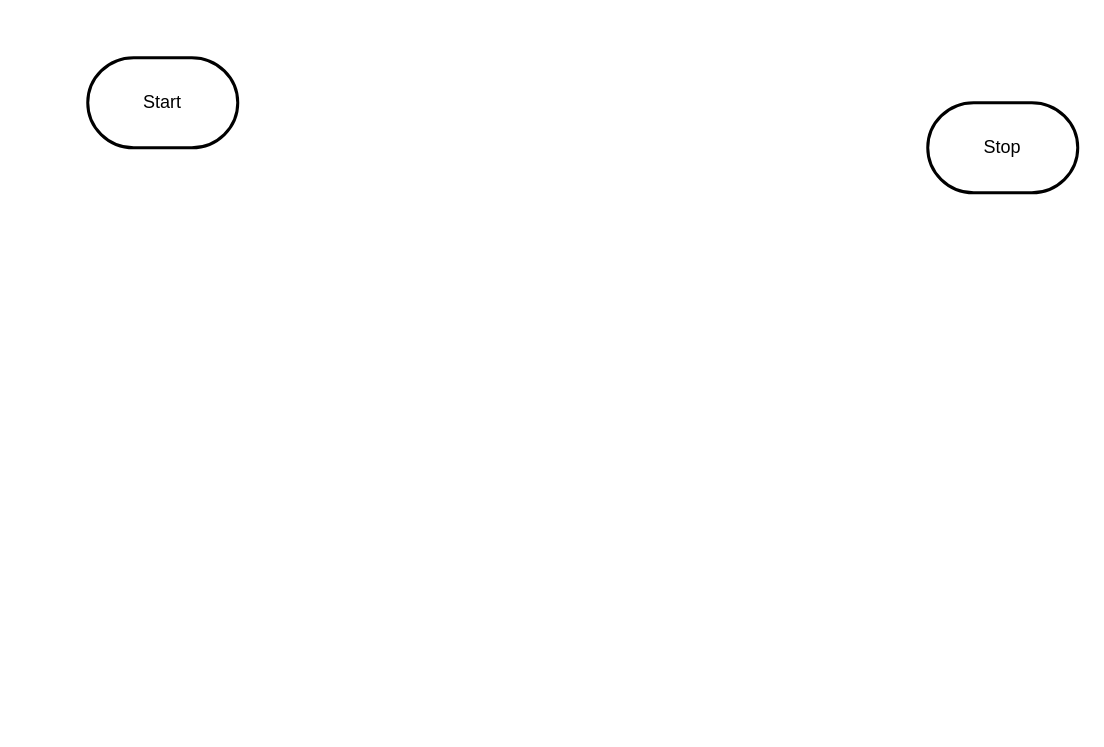
Before: design/flowchart.drawio in MTHS-ICD2O-1-2024/ICD2O-Unit-6-02-Olivia-Ten-Den, a draw.io diagram. Source tidied: cells renumbered, new cells numbered last; positions are measured from the earlier drawing's top-left corner, leaving out a move shared by most shapes. Both pictures are drawn from the tidied source at 150%, with x=0, y=0 at pixel (87, 57).
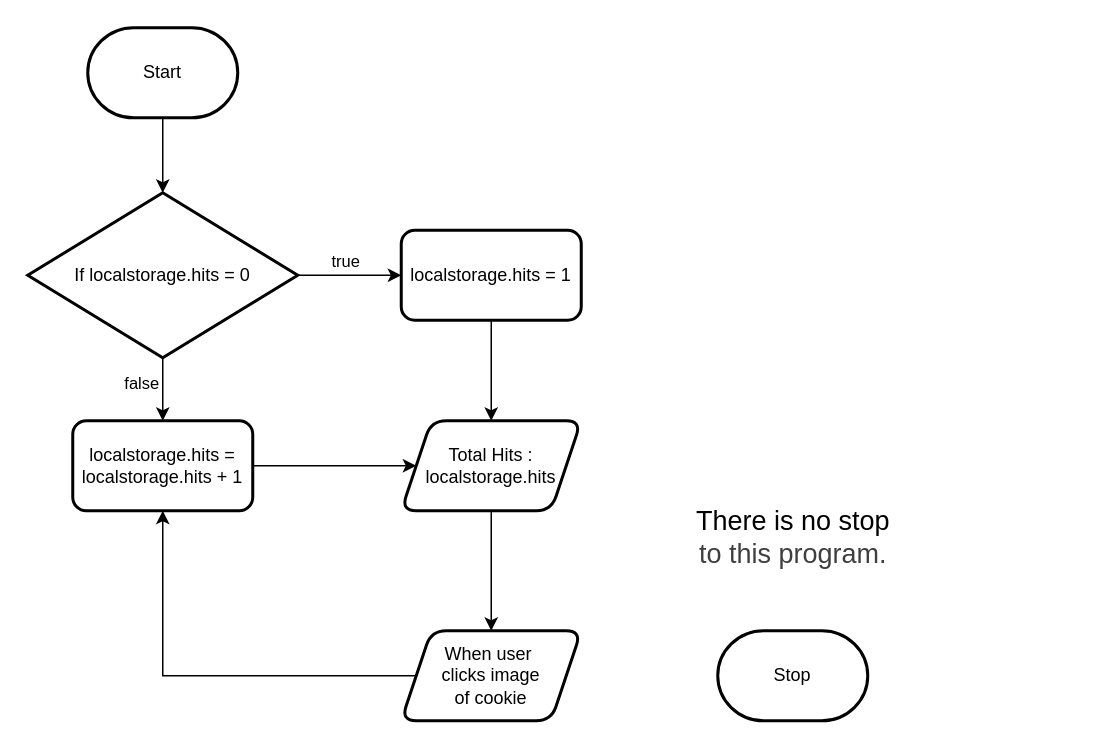
The same diagram, later.

Commit message (it also covers changes not shown here):
flowchart finish

Diff of the diagram source:
```diff
@@
 <mxGraphModel>
   <root>
     <mxCell id="0" />
     <mxCell id="1" parent="0" />
+    <mxCell id="4" style="edgeStyle=orthogonalEdgeStyle;shape=connector;rounded=0;html=1;strokeColor=default;align=center;verticalAlign=middle;fontFamily=Helvetica;fontSize=11;fontColor=default;labelBackgroundColor=default;endArrow=classic;" parent="1" edge="1" source="2" target="7">
+      <mxGeometry relative="1" as="geometry" />
+    </mxCell>
     <mxCell id="2" value="Start" style="strokeWidth=2;html=1;shape=mxgraph.flowchart.terminator;whiteSpace=wrap;" parent="1" vertex="1">
-      <mxGeometry width="100" height="60" as="geometry" />
+      <mxGeometry y="-20" width="100" height="60" as="geometry" />
     </mxCell>
     <mxCell id="3" value="Stop" style="strokeWidth=2;html=1;shape=mxgraph.flowchart.terminator;whiteSpace=wrap;" parent="1" vertex="1">
-      <mxGeometry x="560" y="30" width="100" height="60" as="geometry" />
+      <mxGeometry x="420" y="382" width="100" height="60" as="geometry" />
     </mxCell>
+    <mxCell id="5" style="edgeStyle=orthogonalEdgeStyle;shape=connector;rounded=0;html=1;strokeColor=default;align=center;verticalAlign=middle;fontFamily=Helvetica;fontSize=11;fontColor=default;labelBackgroundColor=default;endArrow=classic;" parent="1" edge="1" source="7" target="9">
+      <mxGeometry relative="1" as="geometry" />
+    </mxCell>
+    <mxCell id="6" style="edgeStyle=orthogonalEdgeStyle;shape=connector;rounded=0;html=1;strokeColor=default;align=center;verticalAlign=middle;fontFamily=Helvetica;fontSize=11;fontColor=default;labelBackgroundColor=default;endArrow=classic;" parent="1" edge="1" source="7" target="11">
+      <mxGeometry relative="1" as="geometry" />
+    </mxCell>
+    <mxCell id="7" value="If localstorage.hits = 0" style="rhombus;whiteSpace=wrap;html=1;strokeWidth=2;" parent="1" vertex="1">
+      <mxGeometry x="-40" y="90" width="180" height="110" as="geometry" />
+    </mxCell>
+    <mxCell id="8" style="edgeStyle=orthogonalEdgeStyle;shape=connector;rounded=0;html=1;strokeColor=default;align=center;verticalAlign=middle;fontFamily=Helvetica;fontSize=11;fontColor=default;labelBackgroundColor=default;endArrow=classic;" parent="1" edge="1" source="9" target="13">
+      <mxGeometry relative="1" as="geometry" />
+    </mxCell>
+    <mxCell id="9" value="localstorage.hits = 1" style="rounded=1;whiteSpace=wrap;html=1;strokeWidth=2;" parent="1" vertex="1">
+      <mxGeometry x="209" y="115" width="120" height="60" as="geometry" />
+    </mxCell>
+    <mxCell id="10" style="edgeStyle=orthogonalEdgeStyle;shape=connector;rounded=0;html=1;strokeColor=default;align=center;verticalAlign=middle;fontFamily=Helvetica;fontSize=11;fontColor=default;labelBackgroundColor=default;endArrow=classic;" parent="1" edge="1" source="11" target="13">
+      <mxGeometry relative="1" as="geometry" />
+    </mxCell>
+    <mxCell id="11" value="localstorage.hits = localstorage.hits + 1" style="rounded=1;whiteSpace=wrap;html=1;strokeWidth=2;" parent="1" vertex="1">
+      <mxGeometry x="-10" y="242" width="120" height="60" as="geometry" />
+    </mxCell>
+    <mxCell id="12" style="edgeStyle=orthogonalEdgeStyle;shape=connector;rounded=0;html=1;strokeColor=default;align=center;verticalAlign=middle;fontFamily=Helvetica;fontSize=11;fontColor=default;labelBackgroundColor=default;endArrow=classic;" parent="1" edge="1" source="13" target="15">
+      <mxGeometry relative="1" as="geometry" />
+    </mxCell>
+    <mxCell id="13" value="Total Hits :&lt;div&gt;localstorage.hits&lt;/div&gt;" style="shape=parallelogram;perimeter=parallelogramPerimeter;whiteSpace=wrap;html=1;fixedSize=1;rounded=1;strokeWidth=2;" parent="1" vertex="1">
+      <mxGeometry x="209" y="242" width="120" height="60" as="geometry" />
+    </mxCell>
+    <mxCell id="14" style="edgeStyle=orthogonalEdgeStyle;shape=connector;rounded=0;html=1;strokeColor=default;align=center;verticalAlign=middle;fontFamily=Helvetica;fontSize=11;fontColor=default;labelBackgroundColor=default;endArrow=classic;entryX=0.5;entryY=1;entryDx=0;entryDy=0;" parent="1" edge="1" source="15" target="11">
+      <mxGeometry relative="1" as="geometry" />
+    </mxCell>
+    <mxCell id="15" value="When user&amp;nbsp;&lt;div&gt;clicks image&lt;div&gt;of cookie&lt;/div&gt;&lt;/div&gt;" style="shape=parallelogram;perimeter=parallelogramPerimeter;whiteSpace=wrap;html=1;fixedSize=1;rounded=1;strokeWidth=2;" parent="1" vertex="1">
+      <mxGeometry x="209" y="382" width="120" height="60" as="geometry" />
+    </mxCell>
+    <mxCell id="16" value="true" style="text;html=1;align=center;verticalAlign=middle;strokeColor=none;fillColor=none;fontFamily=Helvetica;fontSize=11;fontColor=default;labelBackgroundColor=default;" parent="1" vertex="1">
+      <mxGeometry x="152" y="121" width="40" height="30" as="geometry" />
+    </mxCell>
+    <mxCell id="17" value="false" style="text;html=1;align=center;verticalAlign=middle;strokeColor=none;fillColor=none;fontFamily=Helvetica;fontSize=11;fontColor=default;labelBackgroundColor=default;" parent="1" vertex="1">
+      <mxGeometry x="11" y="202" width="50" height="30" as="geometry" />
+    </mxCell>
+    <mxCell id="18" value="&lt;font style=&quot;font-size: 18px;&quot;&gt;&lt;font style=&quot;&quot;&gt;There is no stop&lt;/font&gt;&lt;/font&gt;&lt;div&gt;&lt;font style=&quot;font-size: 18px;&quot;&gt;&lt;span style=&quot;color: rgb(63, 63, 63); background-color: light-dark(#ffffff, var(--ge-dark-color, #121212));&quot;&gt;to this program.&lt;/span&gt;&lt;/font&gt;&lt;/div&gt;" style="text;html=1;align=center;verticalAlign=middle;strokeColor=none;fillColor=none;fontFamily=Helvetica;fontSize=11;fontColor=default;labelBackgroundColor=default;" parent="1" vertex="1">
+      <mxGeometry x="395" y="290" width="150" height="60" as="geometry" />
+    </mxCell>
   </root>
 </mxGraphModel>
```
